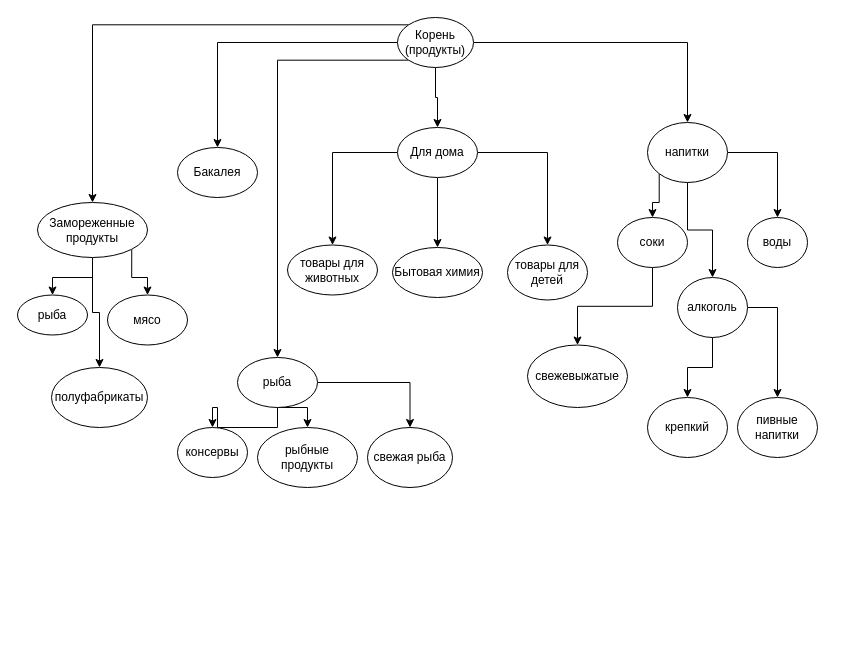
Before: derevo.drawio in legendaOS/baumana, a draw.io diagram. Source tidied: cells renumbered, new cells numbered last; positions are measured from the earlier drawing's top-left corner, leaving out a move shared by most shapes. Both pictures are drawn from the tidied source at 100%, with x=0, y=0 at pixel (17, 17).
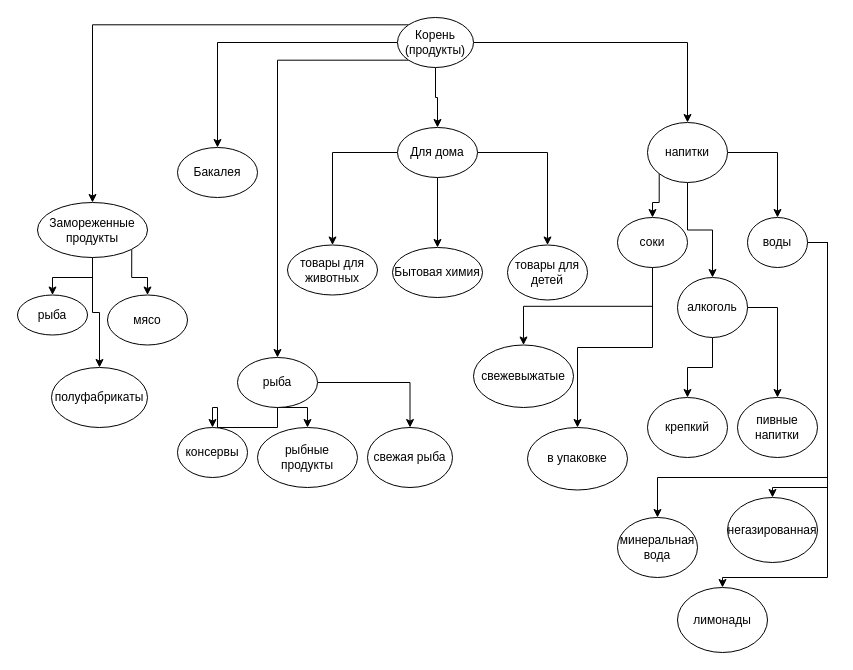
Above is the later version.

The change refers to these unchanged cells:
```xml
<mxCell id="21" value="соки" style="ellipse;whiteSpace=wrap;html=1;" parent="1" vertex="1">
  <mxGeometry x="600" y="200" width="70" height="50" as="geometry" />
</mxCell>
<mxCell id="22" value="воды" style="ellipse;whiteSpace=wrap;html=1;" parent="1" vertex="1">
  <mxGeometry x="730" y="200" width="60" height="50" as="geometry" />
</mxCell>
```

The edit, as a diff of the source:
```diff
@@
+    <mxCell id="43" style="edgeStyle=orthogonalEdgeStyle;rounded=0;jettySize=auto;html=1;exitX=0.5;exitY=1;exitDx=0;exitDy=0;entryX=0.5;entryY=0;entryDx=0;entryDy=0;" parent="1" edge="1" source="21" target="47">
+      <mxGeometry relative="1" as="geometry" />
+    </mxCell>
@@
+    <mxCell id="44" style="edgeStyle=orthogonalEdgeStyle;rounded=0;jettySize=auto;html=1;exitX=1;exitY=0.5;exitDx=0;exitDy=0;entryX=0.5;entryY=0;entryDx=0;entryDy=0;" parent="1" edge="1" source="22" target="49">
+      <mxGeometry relative="1" as="geometry">
+        <Array as="points">
+          <mxPoint x="810" y="225" />
+          <mxPoint x="810" y="470" />
+          <mxPoint x="755" y="470" />
+        </Array>
+      </mxGeometry>
+    </mxCell>
+    <mxCell id="45" style="edgeStyle=orthogonalEdgeStyle;rounded=0;jettySize=auto;html=1;exitX=1;exitY=0.5;exitDx=0;exitDy=0;entryX=0.5;entryY=0;entryDx=0;entryDy=0;" parent="1" edge="1" source="22" target="48">
+      <mxGeometry relative="1" as="geometry">
+        <Array as="points">
+          <mxPoint x="810" y="225" />
+          <mxPoint x="810" y="460" />
+          <mxPoint x="640" y="460" />
+        </Array>
+      </mxGeometry>
+    </mxCell>
+    <mxCell id="46" style="edgeStyle=orthogonalEdgeStyle;rounded=0;jettySize=auto;html=1;exitX=1;exitY=0.5;exitDx=0;exitDy=0;entryX=0.5;entryY=0;entryDx=0;entryDy=0;" parent="1" edge="1" source="22" target="50">
+      <mxGeometry relative="1" as="geometry">
+        <Array as="points">
+          <mxPoint x="810" y="225" />
+          <mxPoint x="810" y="560" />
+          <mxPoint x="705" y="560" />
+        </Array>
+      </mxGeometry>
+    </mxCell>
@@
     <mxCell id="40" value="свежевыжатые" style="ellipse;whiteSpace=wrap;html=1;" parent="1" vertex="1">
-      <mxGeometry x="510" y="327.5" width="100" height="62.5" as="geometry" />
+      <mxGeometry x="456" y="327.5" width="100" height="62.5" as="geometry" />
     </mxCell>
@@
+    <mxCell id="47" value="в упаковке" style="ellipse;whiteSpace=wrap;html=1;" parent="1" vertex="1">
+      <mxGeometry x="510" y="410" width="100" height="62.5" as="geometry" />
+    </mxCell>
+    <mxCell id="48" value="минеральная вода" style="ellipse;whiteSpace=wrap;html=1;" parent="1" vertex="1">
+      <mxGeometry x="600" y="500" width="80" height="60" as="geometry" />
+    </mxCell>
+    <mxCell id="49" value="негазированная" style="ellipse;whiteSpace=wrap;html=1;" parent="1" vertex="1">
+      <mxGeometry x="710" y="480" width="90" height="65" as="geometry" />
+    </mxCell>
+    <mxCell id="50" value="лимонады" style="ellipse;whiteSpace=wrap;html=1;" parent="1" vertex="1">
+      <mxGeometry x="660" y="570" width="90" height="65" as="geometry" />
+    </mxCell>
```
